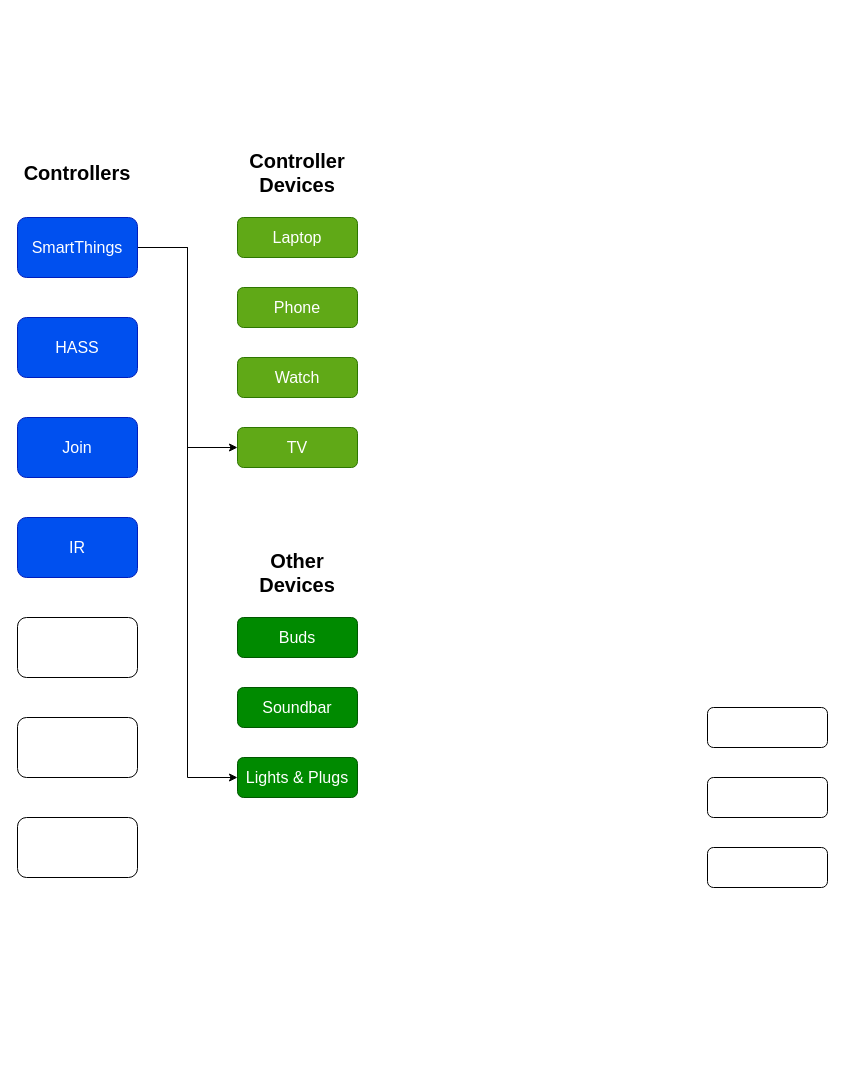
Earlier version of the draw.io diagram Untitled Diagram.drawio (epicnerd1990/mytechlife). Source tidied: cells renumbered, new cells numbered last; positions are measured from the earlier drawing's top-left corner, leaving out a move shared by most shapes. Both pictures are drawn from the tidied source at 100%, with x=0, y=0 at pixel (17, 157).
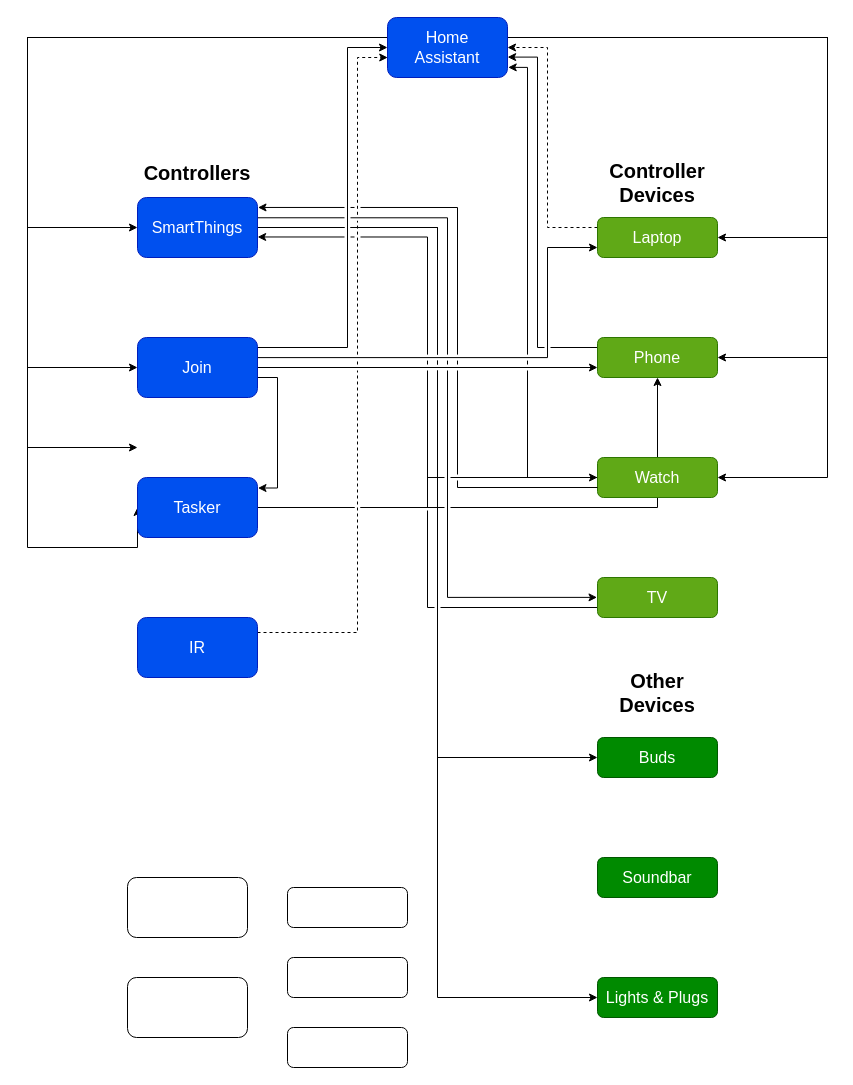
Above is the later version.

What changed in the source:
```diff
@@
+    <mxCell id="24" style="edgeStyle=orthogonalEdgeStyle;rounded=0;jettySize=auto;html=1;entryX=1.004;entryY=0.175;entryDx=0;entryDy=0;jumpStyle=gap;entryPerimeter=0;" parent="1" edge="1" source="2" target="9">
+      <mxGeometry relative="1" as="geometry">
+        <Array as="points">
+          <mxPoint x="260" y="220" />
+          <mxPoint x="260" y="330" />
+        </Array>
+      </mxGeometry>
+    </mxCell>
+    <mxCell id="25" style="edgeStyle=orthogonalEdgeStyle;rounded=0;jettySize=auto;html=1;exitX=1;exitY=0.25;exitDx=0;exitDy=0;entryX=0;entryY=0.5;entryDx=0;entryDy=0;jumpStyle=gap;" parent="1" edge="1" source="2" target="3">
+      <mxGeometry relative="1" as="geometry">
+        <Array as="points">
+          <mxPoint x="240" y="190" />
+          <mxPoint x="330" y="190" />
+          <mxPoint x="330" y="-110" />
+        </Array>
+      </mxGeometry>
+    </mxCell>
+    <mxCell id="26" style="edgeStyle=orthogonalEdgeStyle;rounded=0;jettySize=auto;html=1;entryX=0;entryY=0.75;entryDx=0;entryDy=0;jumpStyle=gap;exitX=1;exitY=0.335;exitDx=0;exitDy=0;exitPerimeter=0;" parent="1" edge="1" source="2" target="14">
+      <mxGeometry relative="1" as="geometry">
+        <Array as="points">
+          <mxPoint x="530" y="200" />
+          <mxPoint x="530" y="90" />
+        </Array>
+      </mxGeometry>
+    </mxCell>
+    <mxCell id="27" style="edgeStyle=orthogonalEdgeStyle;rounded=0;jettySize=auto;html=1;entryX=0;entryY=0.75;entryDx=0;entryDy=0;jumpStyle=gap;" parent="1" edge="1" source="2" target="13">
+      <mxGeometry relative="1" as="geometry" />
+    </mxCell>
     <mxCell id="2" value="Join" style="rounded=1;whiteSpace=wrap;html=1;fontSize=16;fontStyle=0;fillColor=#0050ef;fontColor=#ffffff;strokeColor=#001DBC;" parent="1" vertex="1">
-      <mxGeometry y="260" width="120" height="60" as="geometry" />
+      <mxGeometry x="120" y="180" width="120" height="60" as="geometry" />
     </mxCell>
+    <mxCell id="28" style="edgeStyle=orthogonalEdgeStyle;rounded=0;jettySize=auto;html=1;entryX=0;entryY=0.5;entryDx=0;entryDy=0;jumpStyle=gap;" parent="1" edge="1" source="3" target="6">
+      <mxGeometry relative="1" as="geometry">
+        <Array as="points">
+          <mxPoint x="10" y="-120" />
+          <mxPoint x="10" y="70" />
+        </Array>
+      </mxGeometry>
+    </mxCell>
+    <mxCell id="29" style="edgeStyle=orthogonalEdgeStyle;rounded=0;jettySize=auto;html=1;entryX=0;entryY=0.5;entryDx=0;entryDy=0;jumpStyle=gap;" parent="1" edge="1" source="3" target="2">
+      <mxGeometry relative="1" as="geometry">
+        <Array as="points">
+          <mxPoint x="10" y="-120" />
+          <mxPoint x="10" y="210" />
+        </Array>
+      </mxGeometry>
+    </mxCell>
+    <mxCell id="30" style="edgeStyle=orthogonalEdgeStyle;rounded=0;orthogonalLoop=1;jettySize=auto;html=1;entryX=0;entryY=0.5;entryDx=0;entryDy=0;jumpStyle=gap;" parent="1" edge="1">
+      <mxGeometry relative="1" as="geometry">
+        <mxPoint x="310" y="-120" as="sourcePoint" />
+        <mxPoint x="120" y="290" as="targetPoint" />
+        <Array as="points">
+          <mxPoint x="10" y="-120" />
+          <mxPoint x="10" y="290" />
+        </Array>
+      </mxGeometry>
+    </mxCell>
+    <mxCell id="31" style="edgeStyle=orthogonalEdgeStyle;rounded=0;jettySize=auto;html=1;entryX=1;entryY=0.5;entryDx=0;entryDy=0;jumpStyle=gap;" parent="1" edge="1" source="3" target="14">
+      <mxGeometry relative="1" as="geometry">
+        <Array as="points">
+          <mxPoint x="810" y="-120" />
+          <mxPoint x="810" y="80" />
+        </Array>
+      </mxGeometry>
+    </mxCell>
+    <mxCell id="32" style="edgeStyle=orthogonalEdgeStyle;rounded=0;jettySize=auto;html=1;entryX=1;entryY=0.5;entryDx=0;entryDy=0;jumpStyle=gap;" parent="1" edge="1" source="3" target="13">
+      <mxGeometry relative="1" as="geometry">
+        <Array as="points">
+          <mxPoint x="810" y="-120" />
+          <mxPoint x="810" y="200" />
+        </Array>
+      </mxGeometry>
+    </mxCell>
+    <mxCell id="33" style="edgeStyle=orthogonalEdgeStyle;rounded=0;jettySize=auto;html=1;entryX=1;entryY=0.5;entryDx=0;entryDy=0;jumpStyle=gap;" parent="1" edge="1" target="12">
+      <mxGeometry relative="1" as="geometry">
+        <mxPoint x="450" y="-120" as="sourcePoint" />
+        <Array as="points">
+          <mxPoint x="810" y="-120" />
+          <mxPoint x="810" y="320" />
+        </Array>
+      </mxGeometry>
+    </mxCell>
+    <mxCell id="34" style="edgeStyle=orthogonalEdgeStyle;rounded=0;jettySize=auto;html=1;entryX=0;entryY=0.5;entryDx=0;entryDy=0;jumpStyle=gap;" parent="1" edge="1" source="3" target="9">
+      <mxGeometry relative="1" as="geometry">
+        <Array as="points">
+          <mxPoint x="10" y="-120" />
+          <mxPoint x="10" y="390" />
+        </Array>
+      </mxGeometry>
+    </mxCell>
-    <mxCell id="3" value="HASS" style="rounded=1;whiteSpace=wrap;html=1;fontSize=16;fontStyle=0;fillColor=#0050ef;fontColor=#ffffff;strokeColor=#001DBC;" parent="1" vertex="1">
-      <mxGeometry y="160" width="120" height="60" as="geometry" />
+    <mxCell id="3" value="Home&lt;br&gt;Assistant" style="rounded=1;whiteSpace=wrap;html=1;fontSize=16;fontStyle=0;fillColor=#0050ef;fontColor=#ffffff;strokeColor=#001DBC;" parent="1" vertex="1">
+      <mxGeometry x="370" y="-140" width="120" height="60" as="geometry" />
     </mxCell>
-    <mxCell id="4" style="edgeStyle=orthogonalEdgeStyle;rounded=0;jettySize=auto;html=1;entryX=0;entryY=0.5;entryDx=0;entryDy=0;" parent="1" edge="1" source="6" target="18">
-      <mxGeometry relative="1" as="geometry" />
+    <mxCell id="4" style="edgeStyle=orthogonalEdgeStyle;rounded=0;jettySize=auto;html=1;entryX=0;entryY=0.5;entryDx=0;entryDy=0;jumpStyle=gap;" parent="1" edge="1" source="6" target="18">
+      <mxGeometry relative="1" as="geometry">
+        <Array as="points">
+          <mxPoint x="420" y="70" />
+          <mxPoint x="420" y="840" />
+        </Array>
+      </mxGeometry>
     </mxCell>
-    <mxCell id="5" style="edgeStyle=orthogonalEdgeStyle;rounded=0;jettySize=auto;html=1;entryX=0;entryY=0.5;entryDx=0;entryDy=0;" parent="1" edge="1" source="6" target="16">
-      <mxGeometry relative="1" as="geometry" />
+    <mxCell id="5" style="edgeStyle=orthogonalEdgeStyle;rounded=0;jettySize=auto;html=1;entryX=-0.004;entryY=0.497;entryDx=0;entryDy=0;jumpStyle=gap;entryPerimeter=0;exitX=1.002;exitY=0.338;exitDx=0;exitDy=0;exitPerimeter=0;" parent="1" edge="1" source="6" target="16">
+      <mxGeometry relative="1" as="geometry">
+        <Array as="points">
+          <mxPoint x="430" y="60" />
+          <mxPoint x="430" y="440" />
+        </Array>
+      </mxGeometry>
     </mxCell>
+    <mxCell id="35" style="edgeStyle=orthogonalEdgeStyle;shape=connector;rounded=0;jumpStyle=gap;jettySize=auto;html=1;entryX=0;entryY=0.5;entryDx=0;entryDy=0;labelBackgroundColor=default;strokeColor=default;fontFamily=Helvetica;fontSize=11;fontColor=default;endArrow=classic;" parent="1" edge="1" source="6" target="17">
+      <mxGeometry relative="1" as="geometry">
+        <Array as="points">
+          <mxPoint x="420" y="70" />
+          <mxPoint x="420" y="600" />
+        </Array>
+      </mxGeometry>
+    </mxCell>
     <mxCell id="6" value="SmartThings" style="rounded=1;whiteSpace=wrap;html=1;fontSize=16;fontStyle=0;fillColor=#0050ef;fontColor=#ffffff;strokeColor=#001DBC;" parent="1" vertex="1">
-      <mxGeometry y="60" width="120" height="60" as="geometry" />
+      <mxGeometry x="120" y="40" width="120" height="60" as="geometry" />
     </mxCell>
     <mxCell id="7" style="rounded=1;whiteSpace=wrap;html=1;fontSize=16;fontStyle=0;" parent="1" vertex="1">
-      <mxGeometry y="560" width="120" height="60" as="geometry" />
+      <mxGeometry x="110" y="720" width="120" height="60" as="geometry" />
     </mxCell>
+    <mxCell id="36" style="edgeStyle=orthogonalEdgeStyle;rounded=0;jettySize=auto;html=1;exitX=1;exitY=0.25;exitDx=0;exitDy=0;jumpStyle=gap;dashed=1;entryX=0.002;entryY=0.667;entryDx=0;entryDy=0;entryPerimeter=0;" parent="1" edge="1" source="8" target="3">
+      <mxGeometry relative="1" as="geometry">
+        <Array as="points">
+          <mxPoint x="340" y="475" />
+          <mxPoint x="340" y="-100" />
+        </Array>
+      </mxGeometry>
+    </mxCell>
     <mxCell id="8" value="IR" style="rounded=1;whiteSpace=wrap;html=1;fontSize=16;fontStyle=0;fillColor=#0050ef;fontColor=#ffffff;strokeColor=#001DBC;" parent="1" vertex="1">
-      <mxGeometry y="360" width="120" height="60" as="geometry" />
+      <mxGeometry x="120" y="460" width="120" height="60" as="geometry" />
     </mxCell>
+    <mxCell id="37" style="edgeStyle=orthogonalEdgeStyle;shape=connector;rounded=0;jumpStyle=gap;jettySize=auto;html=1;labelBackgroundColor=default;strokeColor=default;fontFamily=Helvetica;fontSize=11;fontColor=default;endArrow=classic;" parent="1" edge="1" source="9" target="13">
+      <mxGeometry relative="1" as="geometry" />
+    </mxCell>
+    <mxCell id="38" style="edgeStyle=orthogonalEdgeStyle;shape=connector;rounded=0;jumpStyle=gap;jettySize=auto;html=1;labelBackgroundColor=default;strokeColor=default;fontFamily=Helvetica;fontSize=11;fontColor=default;endArrow=classic;" parent="1" edge="1" source="9" target="12">
+      <mxGeometry relative="1" as="geometry" />
+    </mxCell>
-    <mxCell id="9" style="rounded=1;whiteSpace=wrap;html=1;fontSize=16;fontStyle=0;" parent="1" vertex="1">
-      <mxGeometry y="460" width="120" height="60" as="geometry" />
+    <mxCell id="9" value="Tasker" style="rounded=1;whiteSpace=wrap;html=1;fontSize=16;fontStyle=0;fillColor=#0050ef;fontColor=#ffffff;strokeColor=#001DBC;" parent="1" vertex="1">
+      <mxGeometry x="120" y="320" width="120" height="60" as="geometry" />
     </mxCell>
     <mxCell id="10" style="rounded=1;whiteSpace=wrap;html=1;fontSize=16;fontStyle=0;" parent="1" vertex="1">
-      <mxGeometry y="660" width="120" height="60" as="geometry" />
+      <mxGeometry x="110" y="820" width="120" height="60" as="geometry" />
     </mxCell>
     <mxCell id="11" value="Controllers" style="text;html=1;strokeColor=none;fillColor=none;align=center;verticalAlign=middle;whiteSpace=wrap;rounded=0;fontStyle=1;fontSize=20;" parent="1" vertex="1">
-      <mxGeometry x="30" width="60" height="30" as="geometry" />
+      <mxGeometry x="150" width="60" height="30" as="geometry" />
     </mxCell>
+    <mxCell id="39" style="edgeStyle=orthogonalEdgeStyle;rounded=0;jettySize=auto;html=1;jumpStyle=gap;entryX=1.006;entryY=0.831;entryDx=0;entryDy=0;entryPerimeter=0;" parent="1" edge="1" source="12" target="3">
+      <mxGeometry relative="1" as="geometry">
+        <Array as="points">
+          <mxPoint x="510" y="320" />
+          <mxPoint x="510" y="-90" />
+        </Array>
+      </mxGeometry>
+    </mxCell>
     <mxCell id="12" value="Watch" style="rounded=1;whiteSpace=wrap;html=1;fontSize=16;fontStyle=0;fillColor=#60a917;fontColor=#ffffff;strokeColor=#2D7600;" parent="1" vertex="1">
-      <mxGeometry x="220" y="200" width="120" height="40" as="geometry" />
+      <mxGeometry x="580" y="300" width="120" height="40" as="geometry" />
     </mxCell>
+    <mxCell id="40" style="edgeStyle=orthogonalEdgeStyle;rounded=0;jettySize=auto;html=1;entryX=1.001;entryY=0.66;entryDx=0;entryDy=0;entryPerimeter=0;jumpStyle=gap;" parent="1" edge="1" source="13" target="3">
+      <mxGeometry relative="1" as="geometry">
+        <Array as="points">
+          <mxPoint x="520" y="190" />
+          <mxPoint x="520" y="-100" />
+        </Array>
+      </mxGeometry>
+    </mxCell>
     <mxCell id="13" value="Phone" style="rounded=1;whiteSpace=wrap;html=1;fontSize=16;fontStyle=0;fillColor=#60a917;fontColor=#ffffff;strokeColor=#2D7600;" parent="1" vertex="1">
-      <mxGeometry x="220" y="130" width="120" height="40" as="geometry" />
+      <mxGeometry x="580" y="180" width="120" height="40" as="geometry" />
     </mxCell>
+    <mxCell id="41" style="edgeStyle=orthogonalEdgeStyle;rounded=0;jettySize=auto;html=1;entryX=1;entryY=0.5;entryDx=0;entryDy=0;dashed=1;jumpStyle=gap;" parent="1" edge="1" source="14" target="3">
+      <mxGeometry relative="1" as="geometry">
+        <Array as="points">
+          <mxPoint x="530" y="70" />
+          <mxPoint x="530" y="-110" />
+        </Array>
+      </mxGeometry>
+    </mxCell>
     <mxCell id="14" value="Laptop&lt;br&gt;" style="rounded=1;whiteSpace=wrap;html=1;fontSize=16;fontStyle=0;fillColor=#60a917;fontColor=#ffffff;strokeColor=#2D7600;" parent="1" vertex="1">
-      <mxGeometry x="220" y="60" width="120" height="40" as="geometry" />
+      <mxGeometry x="580" y="60" width="120" height="40" as="geometry" />
     </mxCell>
     <mxCell id="15" value="Soundbar" style="rounded=1;whiteSpace=wrap;html=1;fontSize=16;fontStyle=0;fillColor=#008a00;fontColor=#ffffff;strokeColor=#005700;" parent="1" vertex="1">
-      <mxGeometry x="220" y="530" width="120" height="40" as="geometry" />
+      <mxGeometry x="580" y="700" width="120" height="40" as="geometry" />
     </mxCell>
+    <mxCell id="42" style="edgeStyle=orthogonalEdgeStyle;rounded=0;jettySize=auto;html=1;exitX=0;exitY=0.75;exitDx=0;exitDy=0;jumpStyle=gap;entryX=1.004;entryY=0.166;entryDx=0;entryDy=0;entryPerimeter=0;" parent="1" edge="1" source="12" target="6">
+      <mxGeometry relative="1" as="geometry">
+        <Array as="points">
+          <mxPoint x="440" y="330" />
+          <mxPoint x="440" y="50" />
+        </Array>
+      </mxGeometry>
+    </mxCell>
+    <mxCell id="43" style="edgeStyle=orthogonalEdgeStyle;rounded=0;jettySize=auto;html=1;entryX=1.001;entryY=0.658;entryDx=0;entryDy=0;jumpStyle=gap;entryPerimeter=0;" parent="1" edge="1" source="16" target="6">
+      <mxGeometry relative="1" as="geometry">
+        <Array as="points">
+          <mxPoint x="410" y="450" />
+          <mxPoint x="410" y="80" />
+          <mxPoint x="240" y="80" />
+        </Array>
+      </mxGeometry>
+    </mxCell>
     <mxCell id="16" value="TV" style="rounded=1;whiteSpace=wrap;html=1;fontSize=16;fontStyle=0;fillColor=#60a917;fontColor=#ffffff;strokeColor=#2D7600;" parent="1" vertex="1">
-      <mxGeometry x="220" y="270" width="120" height="40" as="geometry" />
+      <mxGeometry x="580" y="420" width="120" height="40" as="geometry" />
     </mxCell>
     <mxCell id="17" value="Buds" style="rounded=1;whiteSpace=wrap;html=1;fontSize=16;fontStyle=0;fillColor=#008a00;fontColor=#ffffff;strokeColor=#005700;" parent="1" vertex="1">
-      <mxGeometry x="220" y="460" width="120" height="40" as="geometry" />
+      <mxGeometry x="580" y="580" width="120" height="40" as="geometry" />
     </mxCell>
     <mxCell id="18" value="Lights &amp;amp; Plugs" style="rounded=1;whiteSpace=wrap;html=1;fontSize=16;fontStyle=0;fillColor=#008a00;fontColor=#ffffff;strokeColor=#005700;" parent="1" vertex="1">
-      <mxGeometry x="220" y="600" width="120" height="40" as="geometry" />
+      <mxGeometry x="580" y="820" width="120" height="40" as="geometry" />
     </mxCell>
     <mxCell id="19" value="Controller Devices" style="text;html=1;strokeColor=none;fillColor=none;align=center;verticalAlign=middle;whiteSpace=wrap;rounded=0;fontStyle=1;fontSize=20;" parent="1" vertex="1">
-      <mxGeometry x="250" width="60" height="30" as="geometry" />
+      <mxGeometry x="610" y="10" width="60" height="30" as="geometry" />
     </mxCell>
     <mxCell id="20" style="rounded=1;whiteSpace=wrap;html=1;fontSize=16;fontStyle=0;" parent="1" vertex="1">
-      <mxGeometry x="690" y="550" width="120" height="40" as="geometry" />
+      <mxGeometry x="270" y="730" width="120" height="40" as="geometry" />
     </mxCell>
     <mxCell id="21" style="rounded=1;whiteSpace=wrap;html=1;fontSize=16;fontStyle=0;" parent="1" vertex="1">
-      <mxGeometry x="690" y="620" width="120" height="40" as="geometry" />
+      <mxGeometry x="270" y="800" width="120" height="40" as="geometry" />
     </mxCell>
     <mxCell id="22" style="rounded=1;whiteSpace=wrap;html=1;fontSize=16;fontStyle=0;" parent="1" vertex="1">
-      <mxGeometry x="690" y="690" width="120" height="40" as="geometry" />
+      <mxGeometry x="270" y="870" width="120" height="40" as="geometry" />
     </mxCell>
     <mxCell id="23" value="Other Devices" style="text;html=1;strokeColor=none;fillColor=none;align=center;verticalAlign=middle;whiteSpace=wrap;rounded=0;fontStyle=1;fontSize=20;" parent="1" vertex="1">
-      <mxGeometry x="250" y="400" width="60" height="30" as="geometry" />
+      <mxGeometry x="610" y="520" width="60" height="30" as="geometry" />
     </mxCell>
```
